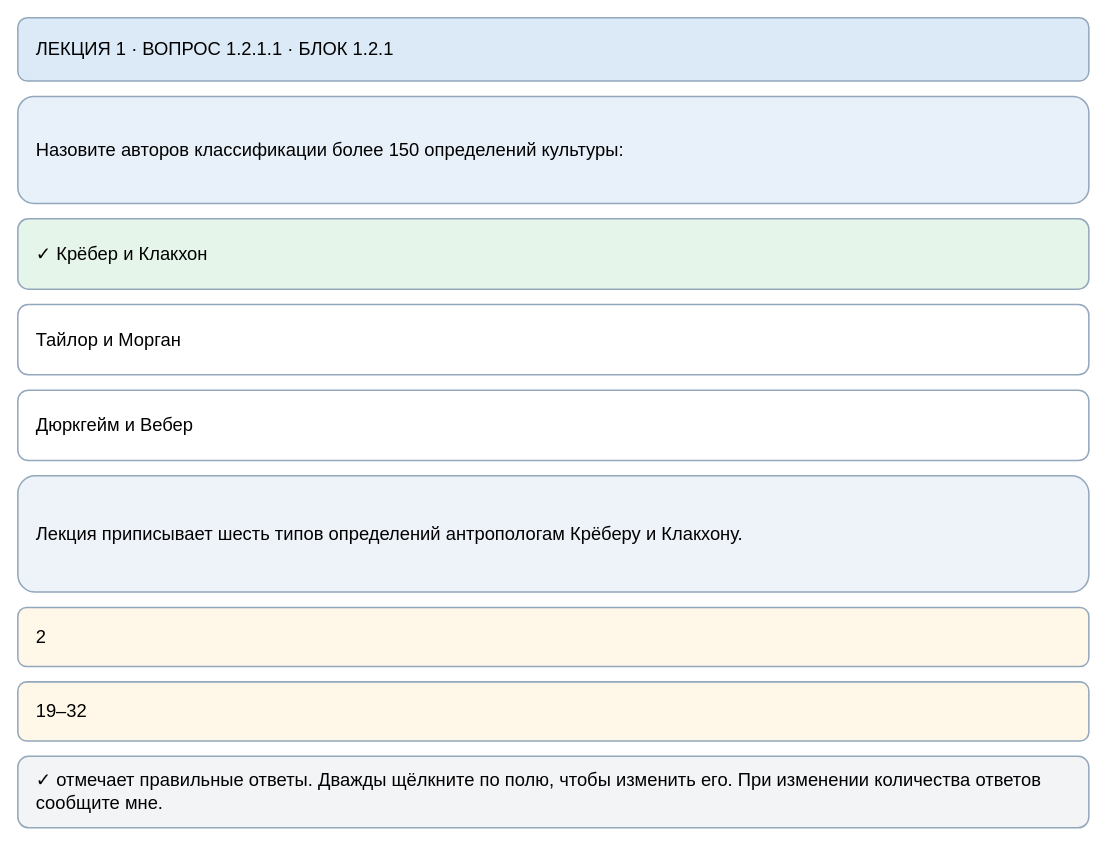
Earlier version of the draw.io diagram page "1.2.1.1" (3 of 36) of maps/lecture-01-test-editor.drawio (slobodatablichka/apologetika-test). Source tidied: cells renumbered, new cells numbered last; positions are measured from the earlier drawing's top-left corner, leaving out a move shared by most shapes. Both pictures are drawn from the tidied source at 102%, with x=0, y=0 at pixel (17, 17).
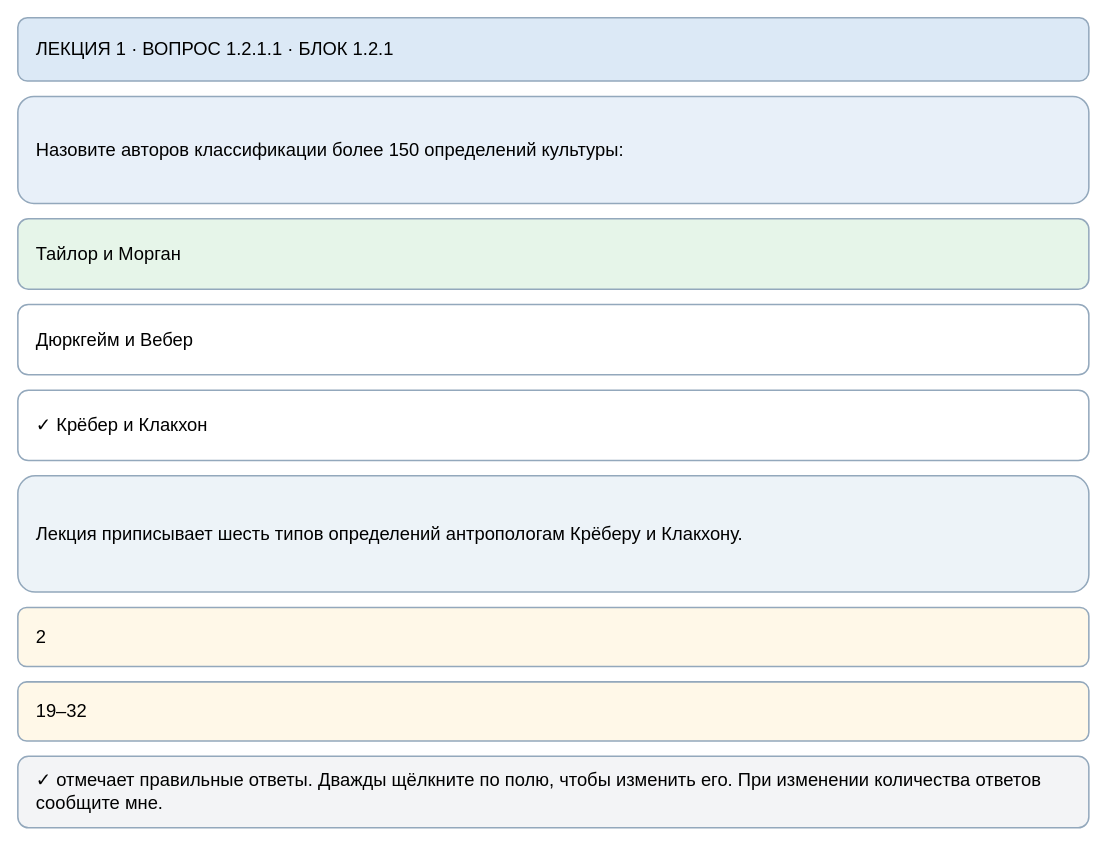
Above is the later version.

Diff of the diagram source:
```diff
@@
 <mxGraphModel>
   <root>
     <mxCell id="0" />
     <mxCell id="1" parent="0" />
     <mxCell id="2" value="ЛЕКЦИЯ 1 · ВОПРОС 1.2.1.1 · БЛОК 1.2.1" style="rounded=1;whiteSpace=wrap;html=1;align=left;verticalAlign=middle;spacingLeft=16;spacingRight=16;fontSize=18;fillColor=#dce9f6;strokeColor=#93a8bc;strokeWidth=1.5;" parent="1" vertex="1">
       <mxGeometry width="1050" height="62" as="geometry" />
     </mxCell>
     <mxCell id="3" value="Назовите авторов классификации более 150 определений культуры:" style="rounded=1;whiteSpace=wrap;html=1;align=left;verticalAlign=middle;spacingLeft=16;spacingRight=16;fontSize=18;fillColor=#e8f0f9;strokeColor=#93a8bc;strokeWidth=1.5;" parent="1" vertex="1">
       <mxGeometry y="77" width="1050" height="105" as="geometry" />
     </mxCell>
-    <mxCell id="4" value="✓ Крёбер и Клакхон" style="rounded=1;whiteSpace=wrap;html=1;align=left;verticalAlign=middle;spacingLeft=16;spacingRight=16;fontSize=18;fillColor=#e6f5e9;strokeColor=#93a8bc;strokeWidth=1.5;" parent="1" vertex="1">
+    <mxCell id="4" value="Тайлор и Морган" style="rounded=1;whiteSpace=wrap;html=1;align=left;verticalAlign=middle;spacingLeft=16;spacingRight=16;fontSize=18;fillColor=#e6f5e9;strokeColor=#93a8bc;strokeWidth=1.5;" parent="1" vertex="1">
       <mxGeometry y="197" width="1050" height="69" as="geometry" />
     </mxCell>
-    <mxCell id="5" value="Тайлор и Морган" style="rounded=1;whiteSpace=wrap;html=1;align=left;verticalAlign=middle;spacingLeft=16;spacingRight=16;fontSize=18;fillColor=#ffffff;strokeColor=#93a8bc;strokeWidth=1.5;" parent="1" vertex="1">
+    <mxCell id="5" value="Дюркгейм и Вебер" style="rounded=1;whiteSpace=wrap;html=1;align=left;verticalAlign=middle;spacingLeft=16;spacingRight=16;fontSize=18;fillColor=#ffffff;strokeColor=#93a8bc;strokeWidth=1.5;" parent="1" vertex="1">
       <mxGeometry y="281" width="1050" height="69" as="geometry" />
     </mxCell>
-    <mxCell id="6" value="Дюркгейм и Вебер" style="rounded=1;whiteSpace=wrap;html=1;align=left;verticalAlign=middle;spacingLeft=16;spacingRight=16;fontSize=18;fillColor=#ffffff;strokeColor=#93a8bc;strokeWidth=1.5;" parent="1" vertex="1">
+    <mxCell id="6" value="✓ Крёбер и Клакхон" style="rounded=1;whiteSpace=wrap;html=1;align=left;verticalAlign=middle;spacingLeft=16;spacingRight=16;fontSize=18;fillColor=#ffffff;strokeColor=#93a8bc;strokeWidth=1.5;" parent="1" vertex="1">
       <mxGeometry y="365" width="1050" height="69" as="geometry" />
     </mxCell>
     <mxCell id="7" value="Лекция приписывает шесть типов определений антропологам Крёберу и Клакхону." style="rounded=1;whiteSpace=wrap;html=1;align=left;verticalAlign=middle;spacingLeft=16;spacingRight=16;fontSize=18;fillColor=#edf3f8;strokeColor=#93a8bc;strokeWidth=1.5;" parent="1" vertex="1">
       <mxGeometry y="449" width="1050" height="114" as="geometry" />
     </mxCell>
     <mxCell id="8" value="2" style="rounded=1;whiteSpace=wrap;html=1;align=left;verticalAlign=middle;spacingLeft=16;spacingRight=16;fontSize=18;fillColor=#fff8e8;strokeColor=#93a8bc;strokeWidth=1.5;" parent="1" vertex="1">
       <mxGeometry y="578" width="1050" height="58" as="geometry" />
     </mxCell>
     <mxCell id="9" value="19–32" style="rounded=1;whiteSpace=wrap;html=1;align=left;verticalAlign=middle;spacingLeft=16;spacingRight=16;fontSize=18;fillColor=#fff8e8;strokeColor=#93a8bc;strokeWidth=1.5;" parent="1" vertex="1">
       <mxGeometry y="651" width="1050" height="58" as="geometry" />
     </mxCell>
     <mxCell id="10" value="✓ отмечает правильные ответы. Дважды щёлкните по полю, чтобы изменить его. При изменении количества ответов сообщите мне." style="rounded=1;whiteSpace=wrap;html=1;align=left;verticalAlign=middle;spacingLeft=16;spacingRight=16;fontSize=18;fillColor=#f3f4f6;strokeColor=#93a8bc;strokeWidth=1.5;" parent="1" vertex="1">
       <mxGeometry y="724" width="1050" height="70" as="geometry" />
     </mxCell>
   </root>
 </mxGraphModel>
```
